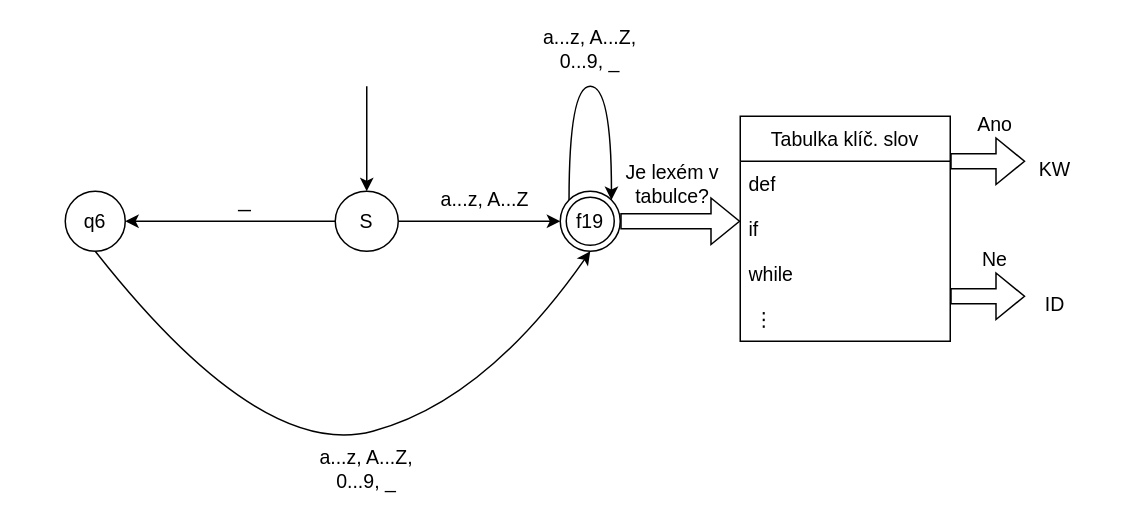
This is page "Identifikatory" (2 of 6) of docs/automat.drawio from xfishea00/IFJ2026, a draw.io file, before an edit. Source tidied: cells renumbered, new cells numbered last; positions are measured from the earlier drawing's top-left corner, leaving out a move shared by most shapes. Both pictures are drawn from the tidied source at 150%, with x=0, y=0 at pixel (64, 26).
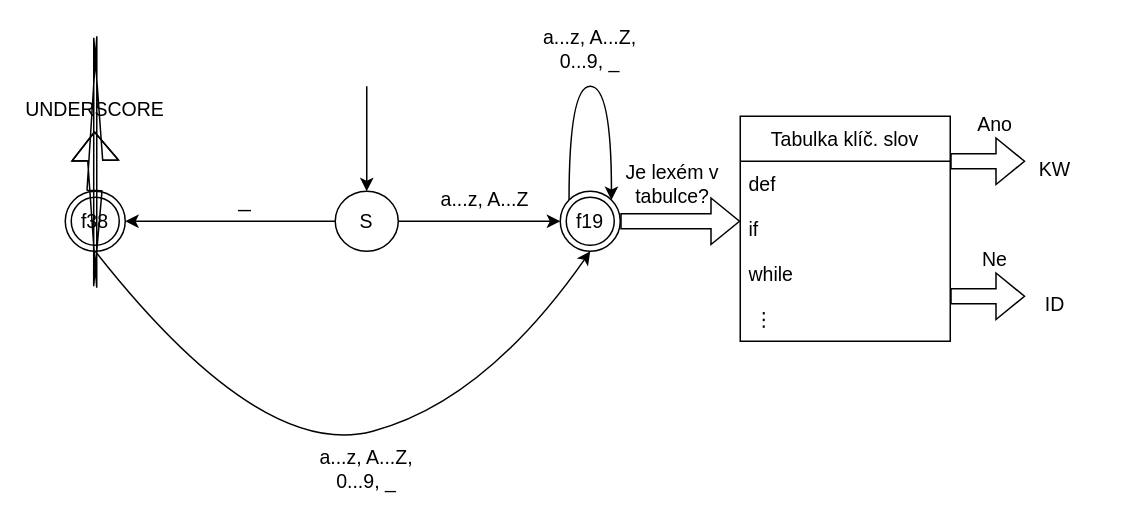
The same diagram, later.

Unchanged cells that the change refers to:
```xml
<mxCell id="2" value="S" style="ellipse;whiteSpace=wrap;html=1;fontSize=13;" parent="1" vertex="1">
  <mxGeometry x="180" y="110" width="42" height="40" as="geometry" />
</mxCell>
<mxCell id="3" value="f19" style="ellipse;shape=doubleEllipse;whiteSpace=wrap;html=1;fontSize=13;" parent="1" vertex="1">
  <mxGeometry x="330" y="110" width="40" height="40" as="geometry" />
</mxCell>
```

Diff of the diagram source:
```diff
@@
-    <mxCell id="4" value="q6" style="ellipse;whiteSpace=wrap;html=1;fontSize=13;" parent="1" vertex="1">
-      <mxGeometry y="110" width="40" height="40" as="geometry" />
-    </mxCell>
@@
-    <mxCell id="23" style="endArrow=classic;html=1;rounded=0;entryX=1;entryY=0.5;entryDx=0;entryDy=0;fontSize=13;exitX=0;exitY=0.5;exitDx=0;exitDy=0;" parent="1" edge="1" source="2" target="4">
-      <mxGeometry relative="1" as="geometry" />
+    <mxCell id="23" style="endArrow=classic;html=1;rounded=0;entryX=1;entryY=0.5;entryDx=0;entryDy=0;fontSize=13;exitX=0;exitY=0.5;exitDx=0;exitDy=0;" parent="1" edge="1" source="2">
+      <mxGeometry relative="1" as="geometry">
+        <mxPoint x="40" y="130" as="targetPoint" />
+      </mxGeometry>
     </mxCell>
@@
-    <mxCell id="25" style="curved=1;endArrow=classic;html=1;rounded=0;exitX=0.5;exitY=1;exitDx=0;exitDy=0;entryX=0.5;entryY=1;entryDx=0;entryDy=0;fontSize=13;" parent="1" edge="1" source="4" target="3">
+    <mxCell id="25" style="curved=1;endArrow=classic;html=1;rounded=0;exitX=0.5;exitY=1;exitDx=0;exitDy=0;entryX=0.5;entryY=1;entryDx=0;entryDy=0;fontSize=13;" parent="1" edge="1" target="3">
       <mxGeometry relative="1" as="geometry">
+        <mxPoint x="20" y="150" as="sourcePoint" />
         <Array as="points">
           <mxPoint x="130" y="290" />
           <mxPoint x="280" y="250" />
         </Array>
       </mxGeometry>
     </mxCell>
@@
+    <mxCell id="27" value="f38" style="ellipse;shape=doubleEllipse;whiteSpace=wrap;html=1;fontSize=13;" parent="1" vertex="1">
+      <mxGeometry y="110" width="40" height="40" as="geometry" />
+    </mxCell>
+    <mxCell id="28" value="UNDERSCORE" style="text;html=1;whiteSpace=wrap;strokeColor=none;fillColor=none;align=center;verticalAlign=middle;rounded=0;fontSize=13;" parent="1" vertex="1">
+      <mxGeometry x="-10" y="40" width="60" height="30" as="geometry" />
+    </mxCell>
+    <mxCell id="29" style="edgeStyle=orthogonalEdgeStyle;curved=0;rounded=0;orthogonalLoop=1;jettySize=auto;html=1;strokeColor=default;align=center;verticalAlign=middle;fontFamily=Helvetica;fontSize=13;fontColor=default;labelBackgroundColor=none;startArrow=none;startFill=0;endArrow=block;endFill=0;shape=flexArrow;" parent="1" edge="1">
+      <mxGeometry relative="1" as="geometry">
+        <mxPoint x="19.5" y="110" as="sourcePoint" />
+        <mxPoint x="19.5" y="70" as="targetPoint" />
+      </mxGeometry>
+    </mxCell>
```
